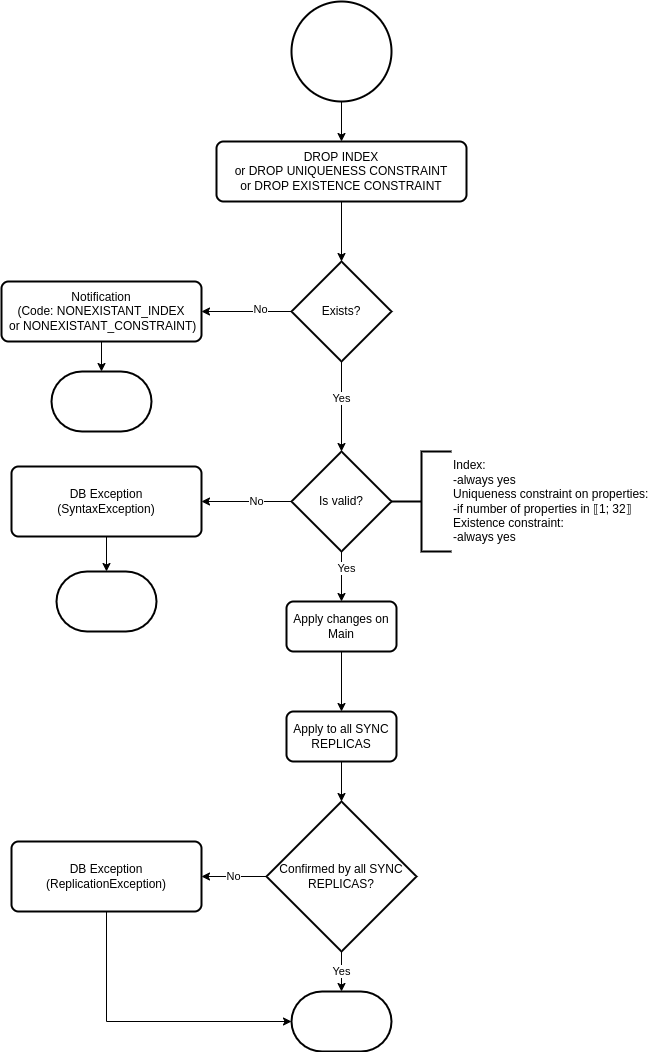
This is docs/under-the-hood/data/replication/workflow_diagram_data_definition_dropping.drawio.png from memgraph/docs, a draw.io export, as it was before one commit. Source tidied: cells renumbered, new cells last; positions are measured from the earlier drawing's top-left corner, leaving out a move shared by most shapes.
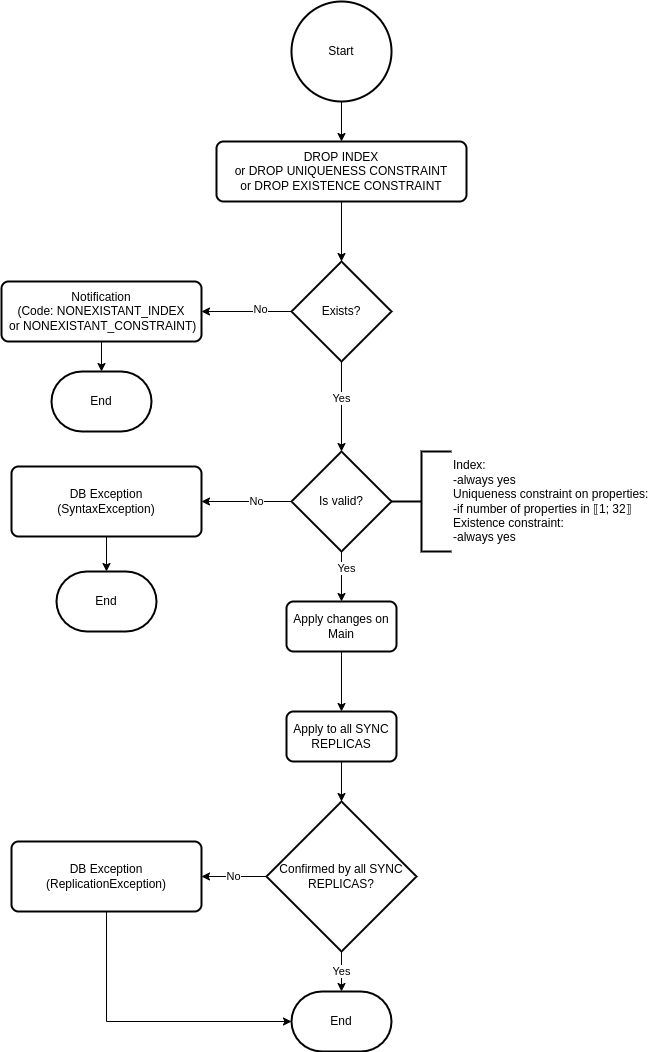
The same diagram one commit later.

Commit message:
Add start/end in UML diagram

What changed in the source:
```diff
@@ -2,7 +2,7 @@
   <root>
     <mxCell id="0" />
     <mxCell id="1" parent="0" />
-    <mxCell id="2" style="strokeWidth=2;html=1;shape=mxgraph.flowchart.start_2;whiteSpace=wrap;" parent="1" vertex="1">
+    <mxCell id="2" value="Start" style="strokeWidth=2;html=1;shape=mxgraph.flowchart.start_2;whiteSpace=wrap;" parent="1" vertex="1">
       <mxGeometry x="290" width="100" height="100" as="geometry" />
     </mxCell>
     <mxCell id="3" value="&lt;div&gt;DROP INDEX&lt;/div&gt;&lt;div&gt;or DROP UNIQUENESS CONSTRAINT&lt;/div&gt;&lt;div&gt;or DROP EXISTENCE CONSTRAINT&lt;/div&gt;" style="rounded=1;whiteSpace=wrap;html=1;absoluteArcSize=1;arcSize=14;strokeWidth=2;" parent="1" vertex="1">
@@ -23,7 +23,7 @@
     <mxCell id="8" value="&lt;div&gt;DB Exception&lt;/div&gt;&lt;div&gt;(SyntaxException)&lt;/div&gt;" style="rounded=1;whiteSpace=wrap;html=1;absoluteArcSize=1;arcSize=14;strokeWidth=2;" parent="1" vertex="1">
       <mxGeometry x="10" y="465" width="190" height="70" as="geometry" />
     </mxCell>
-    <mxCell id="9" style="strokeWidth=2;html=1;shape=mxgraph.flowchart.terminator;whiteSpace=wrap;" parent="1" vertex="1">
+    <mxCell id="9" value="End" style="strokeWidth=2;html=1;shape=mxgraph.flowchart.terminator;whiteSpace=wrap;" parent="1" vertex="1">
       <mxGeometry x="50" y="370" width="100" height="60" as="geometry" />
     </mxCell>
     <mxCell id="10" value="Apply changes on Main" style="rounded=1;whiteSpace=wrap;html=1;absoluteArcSize=1;arcSize=14;strokeWidth=2;" parent="1" vertex="1">
@@ -59,7 +59,7 @@
     <mxCell id="20" style="endArrow=classic;html=1;rounded=0;entryX=0.5;entryY=0;entryDx=0;entryDy=0;entryPerimeter=0;" parent="1" edge="1" source="8" target="21">
       <mxGeometry relative="1" as="geometry" />
     </mxCell>
-    <mxCell id="21" style="strokeWidth=2;html=1;shape=mxgraph.flowchart.terminator;whiteSpace=wrap;" parent="1" vertex="1">
+    <mxCell id="21" value="End" style="strokeWidth=2;html=1;shape=mxgraph.flowchart.terminator;whiteSpace=wrap;" parent="1" vertex="1">
       <mxGeometry x="55" y="570" width="100" height="60" as="geometry" />
     </mxCell>
     <mxCell id="22" style="endArrow=classic;html=1;rounded=0;exitX=0;exitY=0.5;exitDx=0;exitDy=0;exitPerimeter=0;" parent="1" edge="1" source="6" target="8">
@@ -83,7 +83,7 @@
     <mxCell id="28" value="&lt;div&gt;DB Exception&lt;/div&gt;&lt;div&gt;(ReplicationException)&lt;/div&gt;" style="rounded=1;whiteSpace=wrap;html=1;absoluteArcSize=1;arcSize=14;strokeWidth=2;" parent="1" vertex="1">
       <mxGeometry x="10" y="840" width="190" height="70" as="geometry" />
     </mxCell>
-    <mxCell id="29" style="strokeWidth=2;html=1;shape=mxgraph.flowchart.terminator;whiteSpace=wrap;" parent="1" vertex="1">
+    <mxCell id="29" value="End" style="strokeWidth=2;html=1;shape=mxgraph.flowchart.terminator;whiteSpace=wrap;" parent="1" vertex="1">
       <mxGeometry x="290" y="990" width="100" height="60" as="geometry" />
     </mxCell>
     <mxCell id="30" value="Yes" style="endArrow=classic;html=1;rounded=0;" parent="1" edge="1" source="12" target="29">
```
